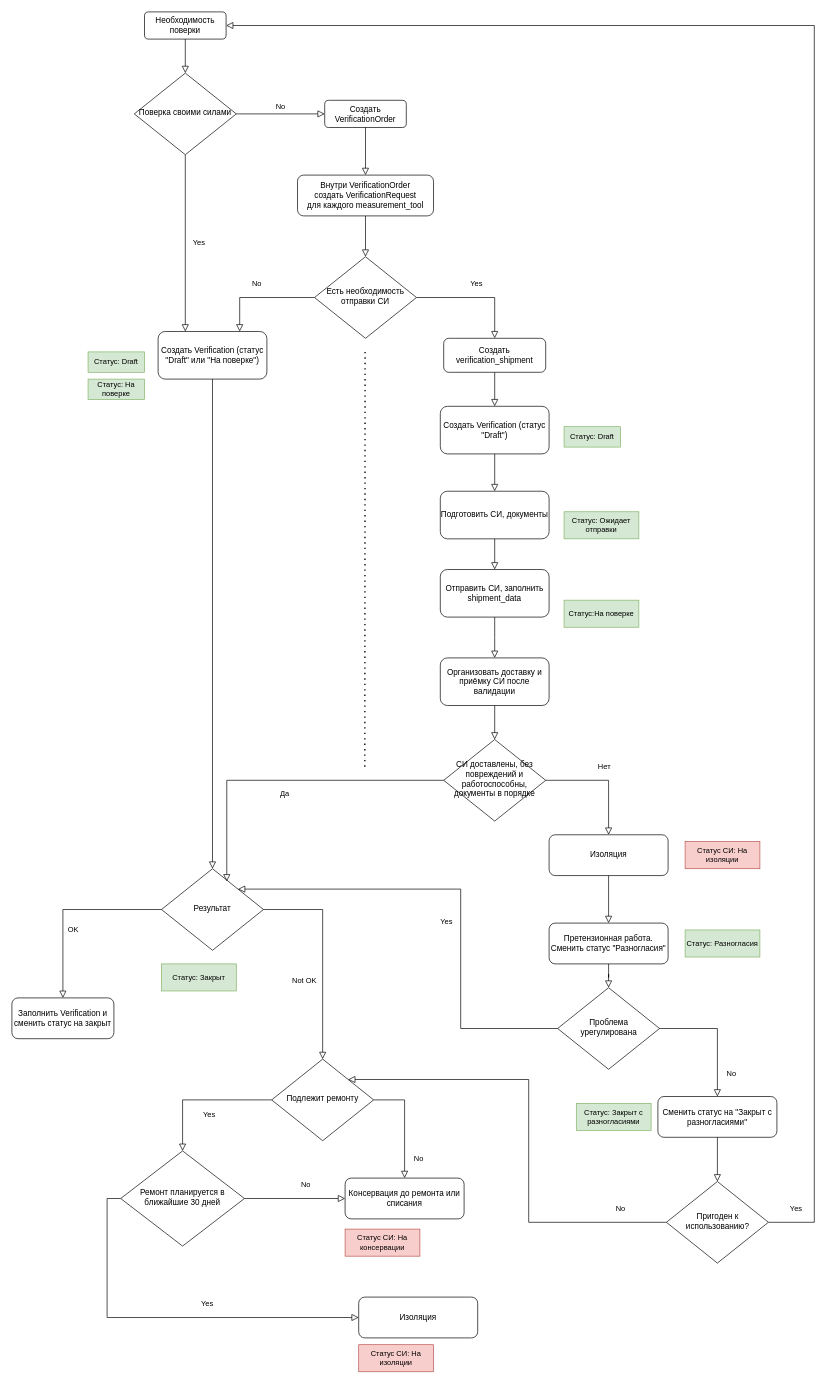
low-blow/symfony-test keeps this draw.io diagram as documentation/business_logic_uml/measurement_tool_management.drawio. Above is the earlier version. Source tidied: cells renumbered, new cells numbered last; positions are measured from the earlier drawing's top-left corner, leaving out a move shared by most shapes. Both pictures are drawn from the tidied source at 68%, with x=0, y=0 at pixel (12, 12).
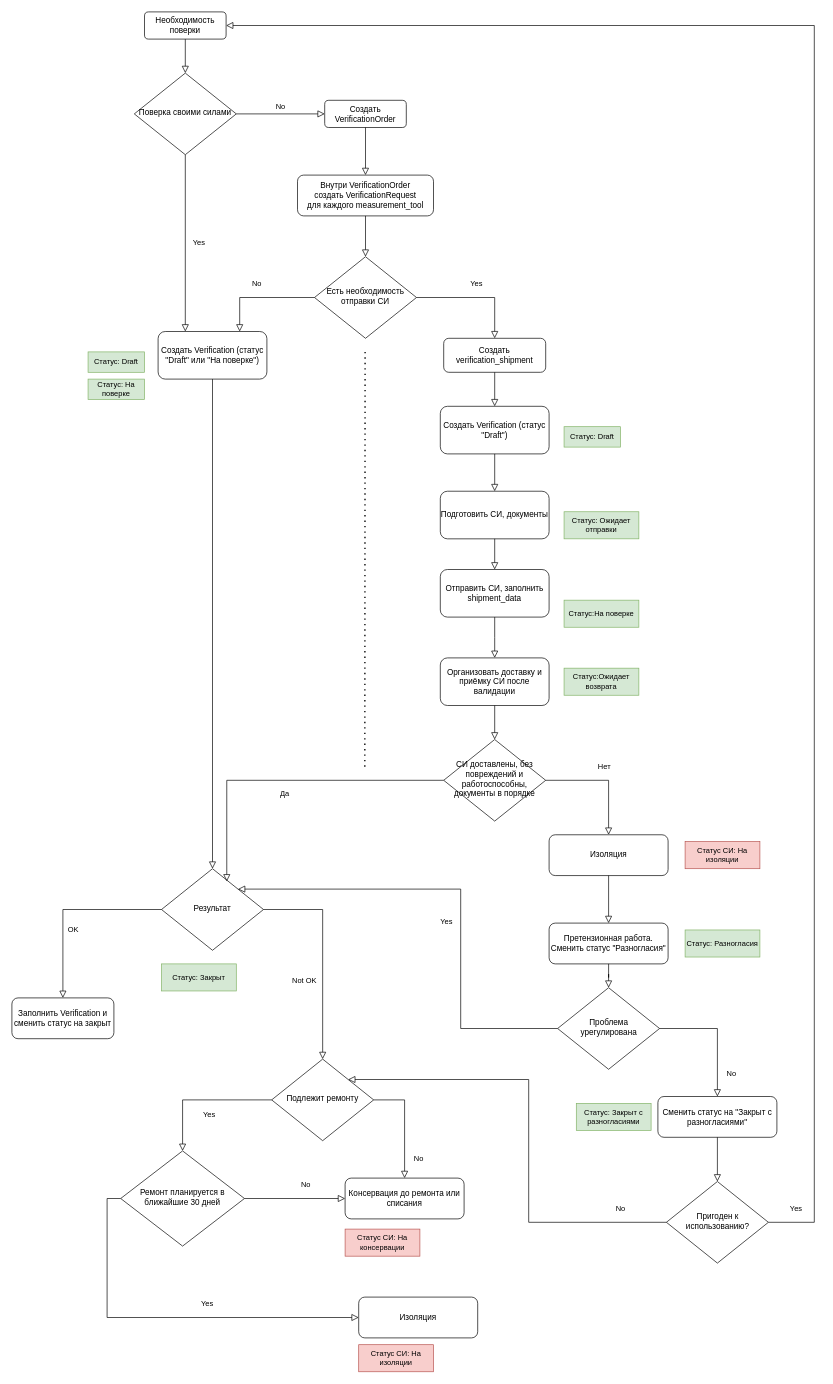
The same page after the edit.

Change to the diagram source:
```diff
@@
+    <mxCell id="65" value="Статус:Ожидает возврата" style="rounded=0;whiteSpace=wrap;html=1;fillColor=#d5e8d4;strokeColor=#82b366;fontSize=11;" parent="1" vertex="1">
+      <mxGeometry x="812" y="965.1" width="110" height="39.8" as="geometry" />
+    </mxCell>
```
